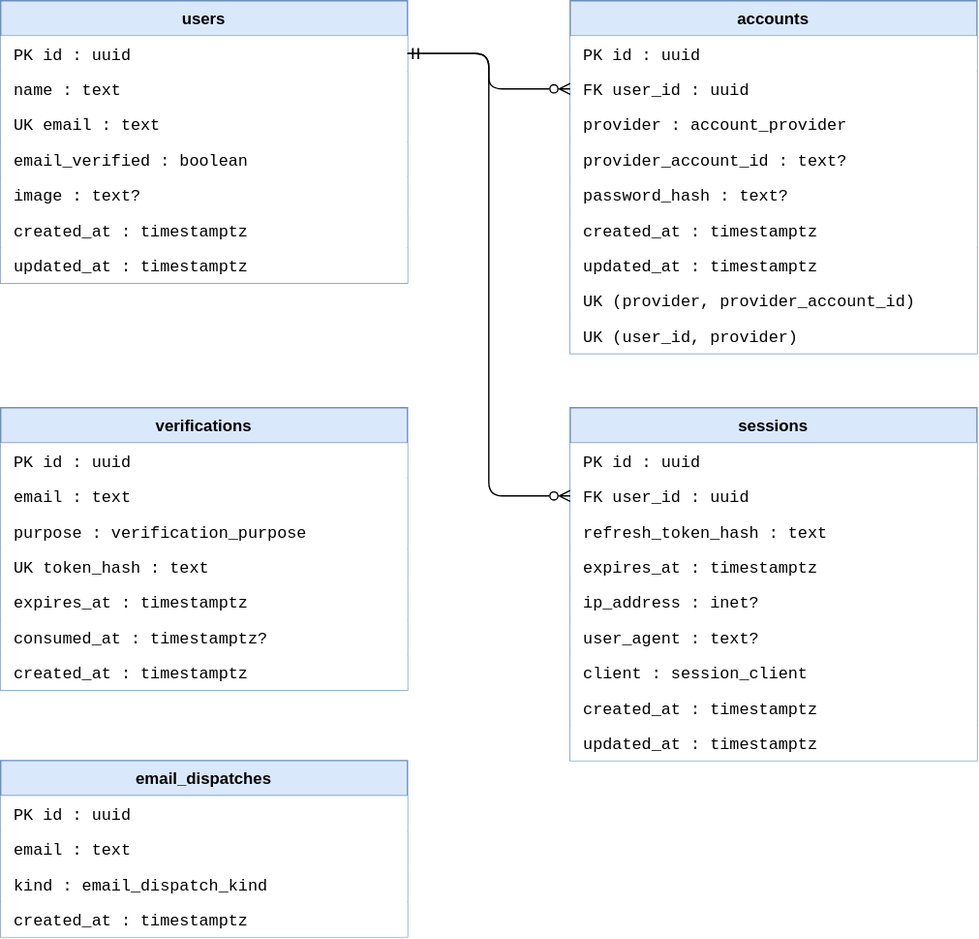
TheoOdawara/clinicore keeps this draw.io diagram as docs/data-model/diagrams/physical.drawio.svg. Above is the earlier version. Source tidied: cells renumbered, new cells last; positions are measured from the earlier drawing's top-left corner, leaving out a move shared by most shapes.
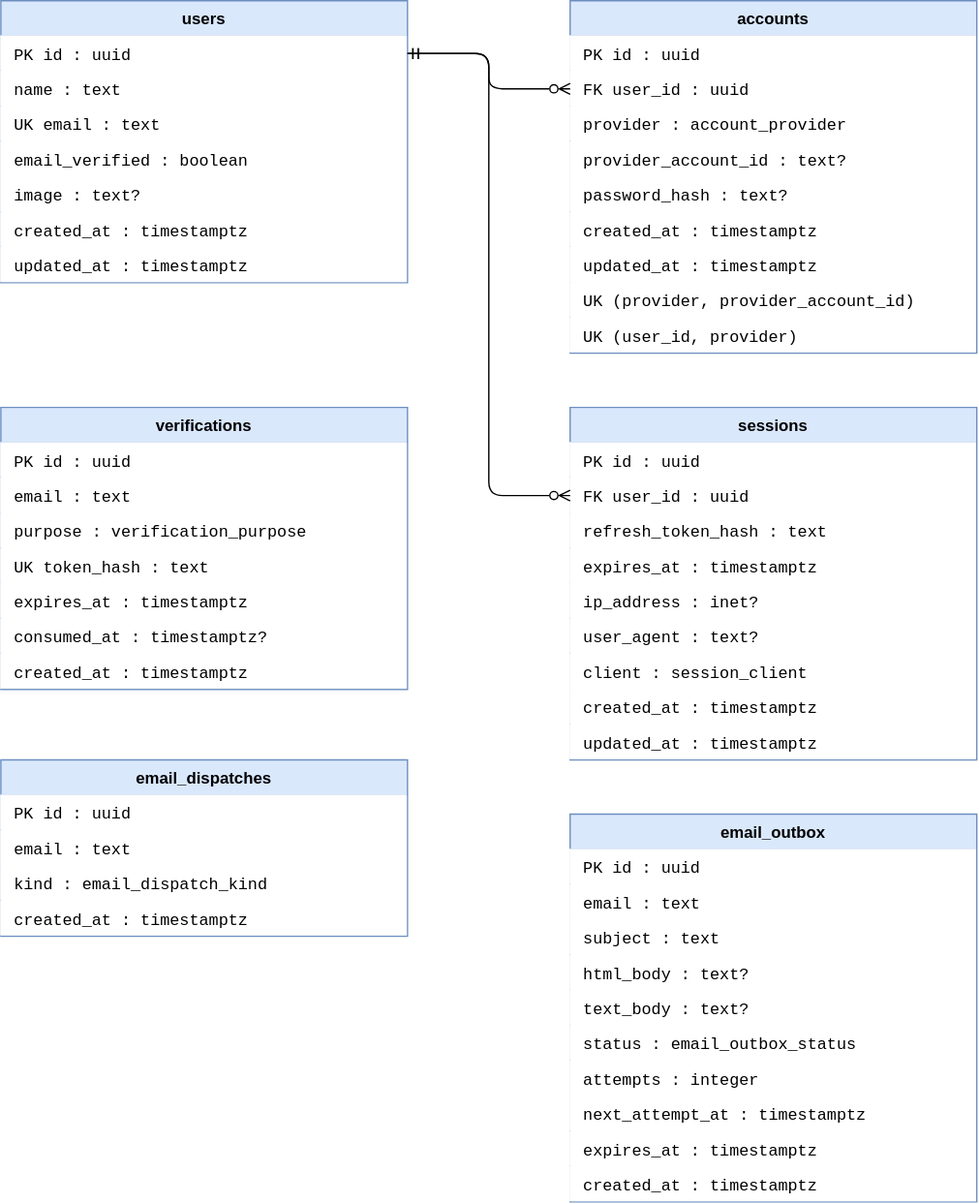
Later version of the same file.

What changed in the source:
```diff
@@ -131,5 +131,38 @@
     <mxCell id="44" style="edgeStyle=orthogonalEdgeStyle;html=0;startArrow=ERmandOne;endArrow=ERzeroToMany;startFill=0;exitX=1;exitY=0.5;exitDx=0;exitDy=0;entryX=0;entryY=0.5;entryDx=0;entryDy=0;endFill=0;strokeColor=#000000;" parent="1" edge="1" source="3" target="22">
       <mxGeometry relative="1" as="geometry" />
     </mxCell>
+    <mxCell id="45" value="email_outbox" style="swimlane;fontStyle=1;horizontal=1;startSize=26;html=0;fillColor=#dae8fc;strokeColor=#6c8ebf;fontColor=#000000;" parent="1" vertex="1">
+      <mxGeometry x="420" y="600" width="300" height="286" as="geometry" />
+    </mxCell>
+    <mxCell id="46" value="PK id : uuid" style="text;align=left;verticalAlign=middle;spacingLeft=8;html=0;fillColor=#ffffff;strokeColor=none;fontColor=#000000;fontFamily=Courier New;" parent="45" vertex="1">
+      <mxGeometry y="26" width="300" height="26" as="geometry" />
+    </mxCell>
+    <mxCell id="47" value="email : text" style="text;align=left;verticalAlign=middle;spacingLeft=8;html=0;fillColor=#ffffff;strokeColor=none;fontColor=#000000;fontFamily=Courier New;" parent="45" vertex="1">
+      <mxGeometry y="52" width="300" height="26" as="geometry" />
+    </mxCell>
+    <mxCell id="48" value="subject : text" style="text;align=left;verticalAlign=middle;spacingLeft=8;html=0;fillColor=#ffffff;strokeColor=none;fontColor=#000000;fontFamily=Courier New;" parent="45" vertex="1">
+      <mxGeometry y="78" width="300" height="26" as="geometry" />
+    </mxCell>
+    <mxCell id="49" value="html_body : text?" style="text;align=left;verticalAlign=middle;spacingLeft=8;html=0;fillColor=#ffffff;strokeColor=none;fontColor=#000000;fontFamily=Courier New;" parent="45" vertex="1">
+      <mxGeometry y="104" width="300" height="26" as="geometry" />
+    </mxCell>
+    <mxCell id="50" value="text_body : text?" style="text;align=left;verticalAlign=middle;spacingLeft=8;html=0;fillColor=#ffffff;strokeColor=none;fontColor=#000000;fontFamily=Courier New;" parent="45" vertex="1">
+      <mxGeometry y="130" width="300" height="26" as="geometry" />
+    </mxCell>
+    <mxCell id="51" value="status : email_outbox_status" style="text;align=left;verticalAlign=middle;spacingLeft=8;html=0;fillColor=#ffffff;strokeColor=none;fontColor=#000000;fontFamily=Courier New;" parent="45" vertex="1">
+      <mxGeometry y="156" width="300" height="26" as="geometry" />
+    </mxCell>
+    <mxCell id="52" value="attempts : integer" style="text;align=left;verticalAlign=middle;spacingLeft=8;html=0;fillColor=#ffffff;strokeColor=none;fontColor=#000000;fontFamily=Courier New;" parent="45" vertex="1">
+      <mxGeometry y="182" width="300" height="26" as="geometry" />
+    </mxCell>
+    <mxCell id="53" value="next_attempt_at : timestamptz" style="text;align=left;verticalAlign=middle;spacingLeft=8;html=0;fillColor=#ffffff;strokeColor=none;fontColor=#000000;fontFamily=Courier New;" parent="45" vertex="1">
+      <mxGeometry y="208" width="300" height="26" as="geometry" />
+    </mxCell>
+    <mxCell id="54" value="expires_at : timestamptz" style="text;align=left;verticalAlign=middle;spacingLeft=8;html=0;fillColor=#ffffff;strokeColor=none;fontColor=#000000;fontFamily=Courier New;" parent="45" vertex="1">
+      <mxGeometry y="234" width="300" height="26" as="geometry" />
+    </mxCell>
+    <mxCell id="55" value="created_at : timestamptz" style="text;align=left;verticalAlign=middle;spacingLeft=8;html=0;fillColor=#ffffff;strokeColor=none;fontColor=#000000;fontFamily=Courier New;" parent="45" vertex="1">
+      <mxGeometry y="260" width="300" height="26" as="geometry" />
+    </mxCell>
   </root>
 </mxGraphModel>
```
